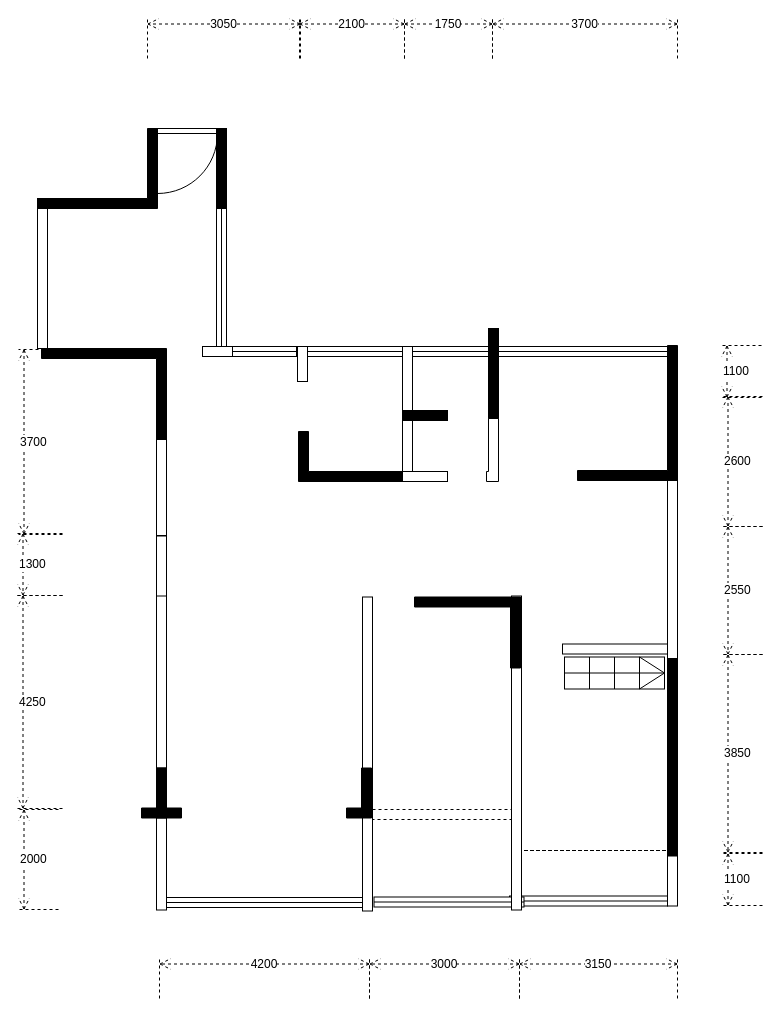
This is misc/Untitled Diagram.drawio from kevin-wang-cy/ibala, a draw.io file, before an edit. Source tidied: cells renumbered, new cells numbered last; positions are measured from the earlier drawing's top-left corner, leaving out a move shared by most shapes. Both pictures are drawn from the tidied source at 100%, with x=0, y=0 at pixel (17, 18).
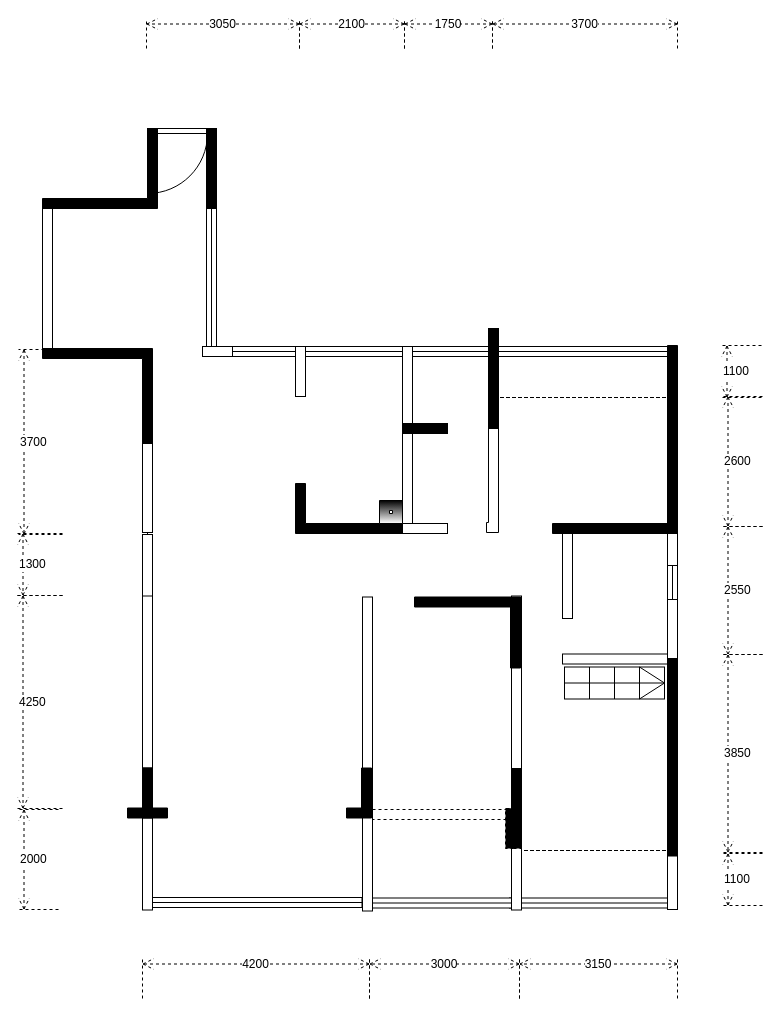
Above is the later version.

Change to the diagram source:
```diff
@@
+    <mxCell id="56" style="verticalLabelPosition=bottom;html=1;verticalAlign=top;align=center;shape=mxgraph.floorplan.wall;direction=south;" parent="1" vertex="1">
+      <mxGeometry x="545" y="510" width="10" height="90" as="geometry" />
+    </mxCell>
@@
     <mxCell id="4" style="verticalLabelPosition=bottom;html=1;verticalAlign=top;align=center;shape=mxgraph.floorplan.wall;" parent="1" vertex="1">
-      <mxGeometry x="545" y="625.5" width="115" height="10" as="geometry" />
+      <mxGeometry x="545" y="635.5" width="115" height="10" as="geometry" />
     </mxCell>
     <mxCell id="5" style="verticalLabelPosition=bottom;html=1;verticalAlign=top;align=center;shape=mxgraph.floorplan.window;fillColor=#ffffff;" parent="1" vertex="1">
-      <mxGeometry x="492" y="875.5" width="158" height="14" as="geometry" />
+      <mxGeometry x="492" y="877.5" width="158" height="14" as="geometry" />
     </mxCell>
     <mxCell id="6" style="verticalLabelPosition=bottom;html=1;verticalAlign=top;align=center;shape=mxgraph.floorplan.window;fillColor=#ffffff;" parent="1" vertex="1">
-      <mxGeometry x="356.5" y="881" width="150" height="5" as="geometry" />
+      <mxGeometry x="353.5" y="882" width="150" height="5" as="geometry" />
     </mxCell>
     <mxCell id="7" style="verticalLabelPosition=bottom;html=1;verticalAlign=top;align=center;shape=mxgraph.floorplan.window;fillColor=#ffffff;" parent="1" vertex="1">
-      <mxGeometry x="139.5" y="881.5" width="210" height="5" as="geometry" />
+      <mxGeometry x="134.5" y="881.5" width="210" height="5" as="geometry" />
     </mxCell>
     <mxCell id="8" style="verticalLabelPosition=bottom;html=1;verticalAlign=top;align=center;shape=mxgraph.floorplan.window;fillColor=#ffffff;" parent="1" vertex="1">
-      <mxGeometry x="290" y="328" width="105" height="10" as="geometry" />
+      <mxGeometry x="288" y="328" width="105" height="10" as="geometry" />
     </mxCell>
     <mxCell id="9" style="verticalLabelPosition=bottom;html=1;verticalAlign=top;align=center;shape=mxgraph.floorplan.doorLeft;" parent="1" vertex="1">
-      <mxGeometry x="140" y="110" width="60" height="45" as="geometry" />
+      <mxGeometry x="130" y="110" width="60" height="45" as="geometry" />
     </mxCell>
     <mxCell id="10" style="verticalLabelPosition=bottom;html=1;verticalAlign=top;align=center;shape=mxgraph.floorplan.wall;direction=south;" parent="1" vertex="1">
-      <mxGeometry x="20" y="180" width="10" height="150" as="geometry" />
+      <mxGeometry x="25" y="181" width="10" height="150" as="geometry" />
     </mxCell>
     <mxCell id="11" style="verticalLabelPosition=bottom;html=1;verticalAlign=top;align=center;shape=mxgraph.floorplan.wallCorner;fillColor=#000000;direction=west;" parent="1" vertex="1">
-      <mxGeometry x="20" y="110" width="120" height="80" as="geometry" />
+      <mxGeometry x="25" y="110" width="115" height="80" as="geometry" />
     </mxCell>
     <mxCell id="12" style="verticalLabelPosition=bottom;html=1;verticalAlign=top;align=center;shape=mxgraph.floorplan.wallCorner;fillColor=#000000;direction=south;" parent="1" vertex="1">
-      <mxGeometry x="24" y="330" width="125" height="100" as="geometry" />
+      <mxGeometry x="25" y="330" width="110" height="100" as="geometry" />
     </mxCell>
@@
     <mxCell id="14" style="verticalLabelPosition=bottom;html=1;verticalAlign=top;align=center;shape=mxgraph.floorplan.window;fillColor=#ffffff;rotation=90;" parent="1" vertex="1">
-      <mxGeometry x="130" y="188" width="148" height="151" as="geometry" />
+      <mxGeometry x="120" y="194" width="148" height="138" as="geometry" />
     </mxCell>
     <mxCell id="15" style="verticalLabelPosition=bottom;html=1;verticalAlign=top;align=center;shape=mxgraph.floorplan.wall;fillColor=#000000;direction=south;" parent="1" vertex="1">
-      <mxGeometry x="199" y="110" width="10" height="80" as="geometry" />
+      <mxGeometry x="189" y="110" width="10" height="80" as="geometry" />
     </mxCell>
@@
     <mxCell id="18" style="verticalLabelPosition=bottom;html=1;verticalAlign=top;align=center;shape=mxgraph.floorplan.wall;direction=south;" parent="1" vertex="1">
-      <mxGeometry x="280" y="328" width="10" height="35" as="geometry" />
+      <mxGeometry x="278" y="328" width="10" height="50" as="geometry" />
     </mxCell>
@@
     <mxCell id="20" style="verticalLabelPosition=bottom;html=1;verticalAlign=top;align=center;shape=mxgraph.floorplan.wall;direction=south;" parent="1" vertex="1">
-      <mxGeometry x="385" y="328" width="10" height="135" as="geometry" />
+      <mxGeometry x="385" y="328" width="10" height="182" as="geometry" />
     </mxCell>
-    <mxCell id="21" style="verticalLabelPosition=bottom;html=1;verticalAlign=top;align=center;shape=mxgraph.floorplan.wall;fillColor=#000000;direction=south;" parent="1" vertex="1">
-      <mxGeometry x="471" y="310" width="10" height="90" as="geometry" />
-    </mxCell>
     <mxCell id="22" style="verticalLabelPosition=bottom;html=1;verticalAlign=top;align=center;shape=mxgraph.floorplan.wall;fillColor=#000000;" parent="1" vertex="1">
-      <mxGeometry x="385" y="392" width="45" height="10" as="geometry" />
+      <mxGeometry x="385" y="405" width="45" height="10" as="geometry" />
     </mxCell>
     <mxCell id="23" style="verticalLabelPosition=bottom;html=1;verticalAlign=top;align=center;shape=mxgraph.floorplan.wallCorner;fillColor=#000000;direction=north;" parent="1" vertex="1">
-      <mxGeometry x="281" y="413" width="117" height="50" as="geometry" />
+      <mxGeometry x="278" y="465" width="117" height="50" as="geometry" />
     </mxCell>
     <mxCell id="24" style="verticalLabelPosition=bottom;html=1;verticalAlign=top;align=center;shape=mxgraph.floorplan.wallCorner;fillColor=#ffffff;direction=west;fontFamily=Helvetica;fontSize=12;fontColor=#000000;strokeColor=#000000;" parent="1" vertex="1">
-      <mxGeometry x="469" y="400" width="12" height="63" as="geometry" />
+      <mxGeometry x="469" y="401" width="12" height="113" as="geometry" />
     </mxCell>
     <mxCell id="25" style="verticalLabelPosition=bottom;html=1;verticalAlign=top;align=center;shape=mxgraph.floorplan.wall;" parent="1" vertex="1">
-      <mxGeometry x="385" y="453" width="45" height="10" as="geometry" />
+      <mxGeometry x="385" y="505" width="45" height="10" as="geometry" />
     </mxCell>
+    <mxCell id="57" style="edgeStyle=orthogonalEdgeStyle;rounded=0;jettySize=auto;html=1;" parent="1" edge="1" source="26" target="28">
+      <mxGeometry relative="1" as="geometry" />
+    </mxCell>
     <mxCell id="26" style="verticalLabelPosition=bottom;html=1;verticalAlign=top;align=center;shape=mxgraph.floorplan.wall;direction=south;" parent="1" vertex="1">
-      <mxGeometry x="139" y="421" width="10" height="96" as="geometry" />
+      <mxGeometry x="125" y="425" width="10" height="89" as="geometry" />
     </mxCell>
     <mxCell id="27" style="verticalLabelPosition=bottom;html=1;verticalAlign=top;align=center;shape=mxgraph.floorplan.wall;direction=south;" parent="1" vertex="1">
-      <mxGeometry x="139" y="517.5" width="10" height="65" as="geometry" />
+      <mxGeometry x="125" y="516" width="10" height="63" as="geometry" />
     </mxCell>
     <mxCell id="28" style="verticalLabelPosition=bottom;html=1;verticalAlign=top;align=center;shape=mxgraph.floorplan.wall;direction=south;" parent="1" vertex="1">
-      <mxGeometry x="139" y="577.5" width="10" height="314" as="geometry" />
+      <mxGeometry x="125" y="577.5" width="10" height="314" as="geometry" />
     </mxCell>
     <mxCell id="29" style="verticalLabelPosition=bottom;html=1;verticalAlign=top;align=center;shape=mxgraph.floorplan.wallCorner;fillColor=#000000;direction=west;" parent="1" vertex="1">
-      <mxGeometry x="124" y="749.5" width="25" height="50" as="geometry" />
+      <mxGeometry x="110" y="749.5" width="25" height="50" as="geometry" />
     </mxCell>
     <mxCell id="30" style="verticalLabelPosition=bottom;html=1;verticalAlign=top;align=center;shape=mxgraph.floorplan.wallCorner;fillColor=#000000;direction=north;" parent="1" vertex="1">
-      <mxGeometry x="139" y="749.5" width="25" height="50" as="geometry" />
+      <mxGeometry x="125" y="749.5" width="25" height="50" as="geometry" />
     </mxCell>
@@
     <mxCell id="34" style="verticalLabelPosition=bottom;html=1;verticalAlign=top;align=center;shape=mxgraph.floorplan.wall;direction=south;" parent="1" vertex="1">
-      <mxGeometry x="650" y="836.5" width="10" height="51" as="geometry" />
+      <mxGeometry x="650" y="830" width="10" height="61" as="geometry" />
     </mxCell>
@@
     <mxCell id="37" style="verticalLabelPosition=bottom;html=1;verticalAlign=top;align=center;shape=mxgraph.floorplan.wallCorner;fillColor=#000000;direction=west;" parent="1" vertex="1">
-      <mxGeometry x="560" y="327" width="100" height="135" as="geometry" />
+      <mxGeometry x="535" y="327" width="125" height="188" as="geometry" />
     </mxCell>
     <mxCell id="38" style="verticalLabelPosition=bottom;html=1;verticalAlign=top;align=center;shape=mxgraph.floorplan.stairs;" parent="1" vertex="1">
-      <mxGeometry x="547" y="638.5" width="100" height="32" as="geometry" />
+      <mxGeometry x="547" y="648.5" width="100" height="32" as="geometry" />
     </mxCell>
@@
     <mxCell id="47" value="4200" style="shape=dimension;direction=west;whiteSpace=wrap;html=1;align=center;verticalAlign=top;spacingTop=-8;labelBackgroundColor=#ffffff;dashed=1;" parent="1" vertex="1">
-      <mxGeometry x="142" y="940" width="210" height="40" as="geometry" />
+      <mxGeometry x="125" y="940" width="227" height="40" as="geometry" />
     </mxCell>
@@
     <mxCell id="52" value="3700" style="shape=dimension;direction=west;whiteSpace=wrap;html=1;align=center;verticalAlign=top;spacingTop=-8;labelBackgroundColor=#ffffff;dashed=1;" parent="1" vertex="1">
-      <mxGeometry x="475" width="185" height="40" as="geometry" />
+      <mxGeometry x="475" width="185" height="30" as="geometry" />
     </mxCell>
     <mxCell id="53" value="1750" style="shape=dimension;direction=west;whiteSpace=wrap;html=1;align=center;verticalAlign=top;spacingTop=-8;labelBackgroundColor=#ffffff;dashed=1;" parent="1" vertex="1">
-      <mxGeometry x="387" width="88" height="40" as="geometry" />
+      <mxGeometry x="387" width="88" height="30" as="geometry" />
     </mxCell>
     <mxCell id="54" value="2100" style="shape=dimension;direction=west;whiteSpace=wrap;html=1;align=center;verticalAlign=top;spacingTop=-8;labelBackgroundColor=#ffffff;dashed=1;" parent="1" vertex="1">
-      <mxGeometry x="282" width="105" height="40" as="geometry" />
+      <mxGeometry x="282" width="105" height="30" as="geometry" />
     </mxCell>
     <mxCell id="55" value="3050" style="shape=dimension;direction=west;whiteSpace=wrap;html=1;align=center;verticalAlign=top;spacingTop=-8;labelBackgroundColor=#ffffff;dashed=1;" parent="1" vertex="1">
-      <mxGeometry x="130" width="153" height="40" as="geometry" />
+      <mxGeometry x="129" width="153" height="30" as="geometry" />
     </mxCell>
+    <mxCell id="58" style="shape=partialRectangle;whiteSpace=wrap;html=1;bottom=0;right=0;fillColor=none;dashed=1;" parent="1" vertex="1">
+      <mxGeometry x="471" y="379" width="184" height="55" as="geometry" />
+    </mxCell>
+    <mxCell id="59" style="verticalLabelPosition=bottom;html=1;verticalAlign=top;align=center;shape=mxgraph.floorplan.wallCorner;fillColor=#000000;direction=west;" parent="1" vertex="1">
+      <mxGeometry x="489" y="750" width="15" height="70" as="geometry" />
+    </mxCell>
+    <mxCell id="60" style="verticalLabelPosition=bottom;html=1;verticalAlign=top;align=center;shape=mxgraph.floorplan.wallCorner;fillColor=#000000;direction=south;dashed=1;" parent="1" vertex="1">
+      <mxGeometry x="489" y="790" width="15" height="40" as="geometry" />
+    </mxCell>
+    <mxCell id="61" style="verticalLabelPosition=bottom;html=1;verticalAlign=top;align=center;shape=mxgraph.floorplan.wall;fillColor=#000000;direction=south;dashed=1;" parent="1" vertex="1">
+      <mxGeometry x="488" y="790" width="10" height="40" as="geometry" />
+    </mxCell>
+    <mxCell id="62" style="verticalLabelPosition=bottom;html=1;verticalAlign=top;align=center;shape=mxgraph.floorplan.window;fillColor=#ffffff;direction=south;" parent="1" vertex="1">
+      <mxGeometry x="650" y="547" width="10" height="34" as="geometry" />
+    </mxCell>
+    <mxCell id="21" style="verticalLabelPosition=bottom;html=1;verticalAlign=top;align=center;shape=mxgraph.floorplan.wall;fillColor=#000000;direction=south;" parent="1" vertex="1">
+      <mxGeometry x="471" y="310" width="10" height="100" as="geometry" />
+    </mxCell>
+    <mxCell id="63" style="verticalLabelPosition=bottom;html=1;verticalAlign=top;align=center;shape=mxgraph.floorplan.room;fillColor=#000000;gradientColor=#ffffff;" parent="1" vertex="1">
+      <mxGeometry x="362" y="482" width="23" height="23" as="geometry" />
+    </mxCell>
```
